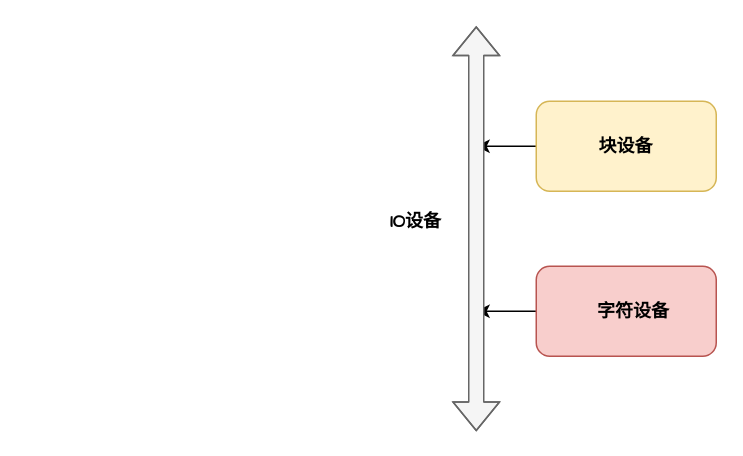
The draw.io diagram 块设备和字符设备.drawio in chrispolo/-Offer-, before the edit. Source tidied: cells renumbered, new cells numbered last; positions are measured from the earlier drawing's top-left corner, leaving out a move shared by most shapes. Both pictures are drawn from the tidied source at 150%, with x=0, y=0 at pixel (370, 26).
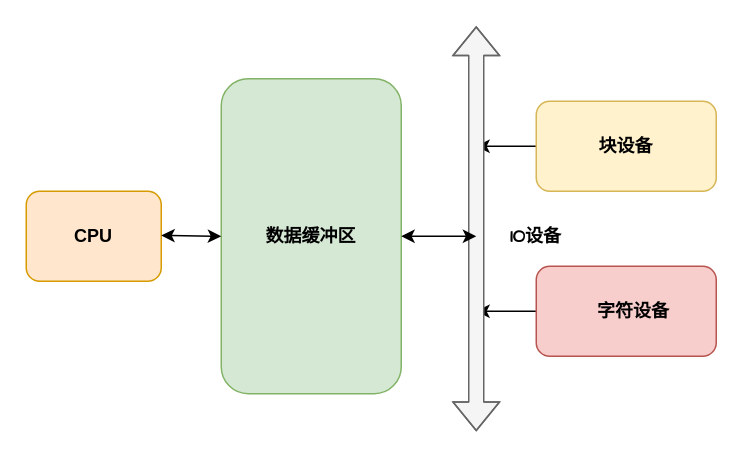
The same page after the edit.

Commit message (it also covers changes not shown here):
Update 块设备和字符设备.drawio

What changed in the source:
```diff
@@
     <mxCell id="9" value="&lt;b&gt;&lt;font face=&quot;Comic Sans MS&quot;&gt;IO设备&lt;/font&gt;&lt;/b&gt;" style="text;html=1;strokeColor=none;fillColor=none;align=center;verticalAlign=middle;whiteSpace=wrap;rounded=0;" parent="1" vertex="1">
-      <mxGeometry y="120" width="60" height="20" as="geometry" />
+      <mxGeometry x="80" y="130" width="60" height="20" as="geometry" />
     </mxCell>
+    <mxCell id="10" style="rounded=1;whiteSpace=wrap;html=1;fillColor=#d5e8d4;strokeColor=#82b366;" parent="1" vertex="1">
+      <mxGeometry x="-100" y="35" width="120" height="210" as="geometry" />
+    </mxCell>
+    <mxCell id="11" value="&lt;b&gt;数据缓冲区&lt;/b&gt;" style="text;html=1;strokeColor=none;fillColor=none;align=center;verticalAlign=middle;whiteSpace=wrap;rounded=0;" parent="1" vertex="1">
+      <mxGeometry x="-85" y="130" width="90" height="20" as="geometry" />
+    </mxCell>
+    <mxCell id="12" style="endArrow=classic;startArrow=classic;html=1;exitX=1;exitY=0.5;exitDx=0;exitDy=0;" parent="1" edge="1" source="10">
+      <mxGeometry relative="1" as="geometry">
+        <mxPoint x="70" y="140" as="targetPoint" />
+      </mxGeometry>
+    </mxCell>
+    <mxCell id="13" value="&lt;b&gt;CPU&lt;/b&gt;" style="rounded=1;whiteSpace=wrap;html=1;fillColor=#ffe6cc;strokeColor=#d79b00;" parent="1" vertex="1">
+      <mxGeometry x="-230" y="110" width="90" height="60" as="geometry" />
+    </mxCell>
+    <mxCell id="14" style="endArrow=classic;startArrow=classic;html=1;exitX=1;exitY=0.5;exitDx=0;exitDy=0;entryX=0;entryY=0.5;entryDx=0;entryDy=0;" parent="1" edge="1" target="10">
+      <mxGeometry relative="1" as="geometry">
+        <mxPoint x="-140" y="139.5" as="sourcePoint" />
+      </mxGeometry>
+    </mxCell>
```
